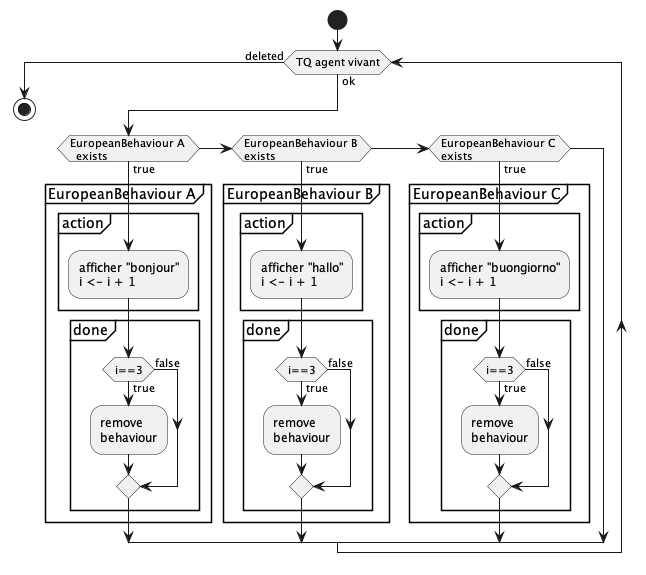
EmmanuelADAM/jade keeps this PlantUML diagram as testComportement/HelloEuropeenSequentiel.png. Above is the earlier version.
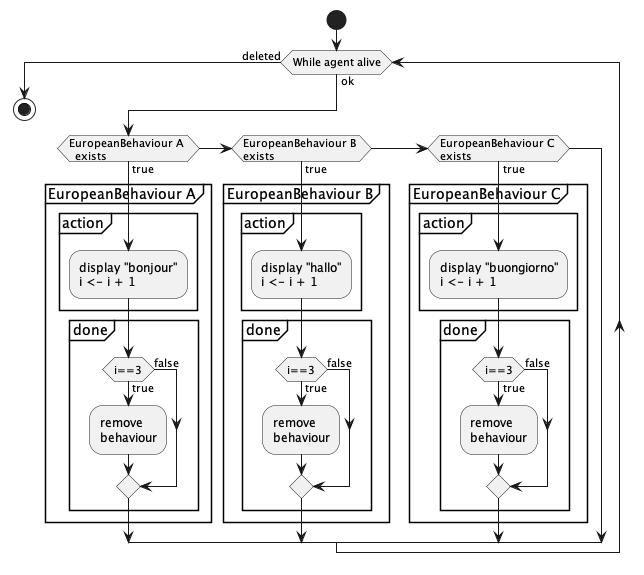
The same diagram one commit later.

Diff of the diagram source:
```diff
@@ -1,12 +1,12 @@
 @startuml HelloEuropeenSequentiel
 
 start
-while (TQ agent vivant) is (ok)
+while (While agent alive) is (ok)
   if (EuropeanBehaviour A
   exists) then (true)
     partition "EuropeanBehaviour A" {
       partition "action" {
-          :afficher "bonjour"
+          :display "bonjour"
           i <- i + 1;
       }
       partition "done" {
@@ -21,7 +21,7 @@
 exists) then (true)
     partition "EuropeanBehaviour B" {
       partition "action" {
-          :afficher "hallo"
+          :display "hallo"
           i <- i + 1;
       }
       partition "done" {
@@ -36,7 +36,7 @@
 exists) then (true)
     partition "EuropeanBehaviour C" {
       partition "action" {
-          :afficher "buongiorno"
+          :display "buongiorno"
           i <- i + 1;
       }
       partition "done" {
```
